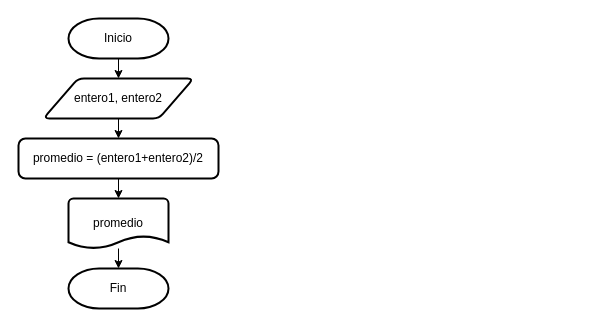
Before: Ejercicio_01.drawio in JaritaSanty/draw.io_BookPython, a draw.io diagram. Source tidied: cells renumbered, new cells numbered last; positions are measured from the earlier drawing's top-left corner, leaving out a move shared by most shapes. Both pictures are drawn from the tidied source at 100%, with x=0, y=0 at pixel (18, 18).
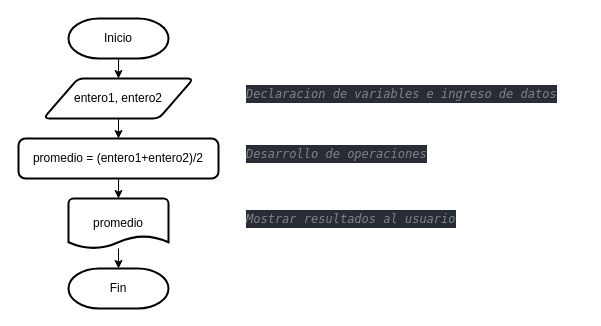
The same diagram, later.

Diff of the diagram source:
```diff
@@
 <mxGraphModel>
   <root>
     <mxCell id="0" />
     <mxCell id="1" parent="0" />
     <mxCell id="2" value="Inicio" style="strokeWidth=2;html=1;shape=mxgraph.flowchart.terminator;whiteSpace=wrap;" parent="1" vertex="1">
       <mxGeometry x="50" width="100" height="40" as="geometry" />
     </mxCell>
     <mxCell id="3" value="entero1, entero2" style="shape=parallelogram;html=1;strokeWidth=2;perimeter=parallelogramPerimeter;whiteSpace=wrap;rounded=1;arcSize=12;size=0.23;" parent="1" vertex="1">
       <mxGeometry x="25" y="60" width="150" height="40" as="geometry" />
     </mxCell>
     <mxCell id="4" style="edgeStyle=orthogonalEdgeStyle;rounded=0;jettySize=auto;html=1;exitX=0.5;exitY=1;exitDx=0;exitDy=0;entryX=0.5;entryY=0;entryDx=0;entryDy=0;entryPerimeter=0;" parent="1" edge="1" source="5" target="6">
       <mxGeometry relative="1" as="geometry" />
     </mxCell>
     <mxCell id="5" value="promedio = (entero1+entero2)/2" style="rounded=1;whiteSpace=wrap;html=1;absoluteArcSize=1;arcSize=14;strokeWidth=2;" parent="1" vertex="1">
       <mxGeometry y="120" width="200" height="40" as="geometry" />
     </mxCell>
     <mxCell id="6" value="promedio" style="strokeWidth=2;html=1;shape=mxgraph.flowchart.document2;whiteSpace=wrap;size=0.25;" parent="1" vertex="1">
       <mxGeometry x="50" y="180" width="100" height="50" as="geometry" />
     </mxCell>
     <mxCell id="7" value="Fin" style="strokeWidth=2;html=1;shape=mxgraph.flowchart.terminator;whiteSpace=wrap;" parent="1" vertex="1">
       <mxGeometry x="50" y="250" width="100" height="40" as="geometry" />
     </mxCell>
     <mxCell id="8" style="endArrow=classic;html=1;rounded=0;exitX=0.5;exitY=1;exitDx=0;exitDy=0;exitPerimeter=0;entryX=0.5;entryY=0;entryDx=0;entryDy=0;" parent="1" edge="1" source="2" target="3">
       <mxGeometry relative="1" as="geometry" />
     </mxCell>
     <mxCell id="9" style="endArrow=classic;html=1;rounded=0;exitX=0.5;exitY=1;exitDx=0;exitDy=0;entryX=0.5;entryY=0;entryDx=0;entryDy=0;" parent="1" edge="1" source="3" target="5">
       <mxGeometry relative="1" as="geometry" />
     </mxCell>
     <mxCell id="10" style="endArrow=classic;html=1;rounded=0;entryX=0.5;entryY=0;entryDx=0;entryDy=0;entryPerimeter=0;" parent="1" edge="1" source="6" target="7">
       <mxGeometry relative="1" as="geometry" />
     </mxCell>
+    <mxCell id="11" value="&lt;div style=&quot;font-style: normal; font-variant-caps: normal; font-weight: normal; letter-spacing: normal; text-align: start; text-indent: 0px; text-transform: none; word-spacing: 0px; -webkit-text-stroke-width: 0px; text-decoration: none; color: rgb(171, 178, 191); background-color: rgb(40, 44, 52); font-family: &amp;quot;Fira Code&amp;quot;, &amp;quot;Menlo for Powerline&amp;quot;, Menlo, Monaco, &amp;quot;Courier New&amp;quot;, monospace; font-size: 12px; line-height: 18px;&quot;&gt;&lt;div&gt;&lt;span style=&quot;color: rgb(127, 132, 142); font-style: italic;&quot;&gt;Declaracion de variables e ingreso de datos&lt;/span&gt;&lt;/div&gt;&lt;/div&gt;" style="text;whiteSpace=wrap;html=1;" parent="1" vertex="1">
+      <mxGeometry x="226" y="60" width="340" height="40" as="geometry" />
+    </mxCell>
+    <mxCell id="12" value="&lt;div style=&quot;font-style: normal; font-variant-caps: normal; font-weight: normal; letter-spacing: normal; text-align: start; text-indent: 0px; text-transform: none; word-spacing: 0px; -webkit-text-stroke-width: 0px; text-decoration: none; color: rgb(171, 178, 191); background-color: rgb(40, 44, 52); font-family: &amp;quot;Fira Code&amp;quot;, &amp;quot;Menlo for Powerline&amp;quot;, Menlo, Monaco, &amp;quot;Courier New&amp;quot;, monospace; font-size: 12px; line-height: 18px;&quot;&gt;&lt;div&gt;&lt;span style=&quot;color: rgb(127, 132, 142); font-style: italic;&quot;&gt;Desarrollo de operaciones&lt;/span&gt;&lt;/div&gt;&lt;/div&gt;" style="text;whiteSpace=wrap;html=1;" parent="1" vertex="1">
+      <mxGeometry x="226" y="120" width="210" height="40" as="geometry" />
+    </mxCell>
+    <mxCell id="13" value="&lt;div style=&quot;font-style: normal; font-variant-caps: normal; font-weight: normal; letter-spacing: normal; text-align: start; text-indent: 0px; text-transform: none; word-spacing: 0px; -webkit-text-stroke-width: 0px; text-decoration: none; color: rgb(171, 178, 191); background-color: rgb(40, 44, 52); font-family: &amp;quot;Fira Code&amp;quot;, &amp;quot;Menlo for Powerline&amp;quot;, Menlo, Monaco, &amp;quot;Courier New&amp;quot;, monospace; font-size: 12px; line-height: 18px;&quot;&gt;&lt;div&gt;&lt;span style=&quot;color: rgb(127, 132, 142); font-style: italic;&quot;&gt;Mostrar resultados al usuario&lt;/span&gt;&lt;/div&gt;&lt;/div&gt;" style="text;whiteSpace=wrap;html=1;" parent="1" vertex="1">
+      <mxGeometry x="226" y="185" width="240" height="40" as="geometry" />
+    </mxCell>
   </root>
 </mxGraphModel>
```
